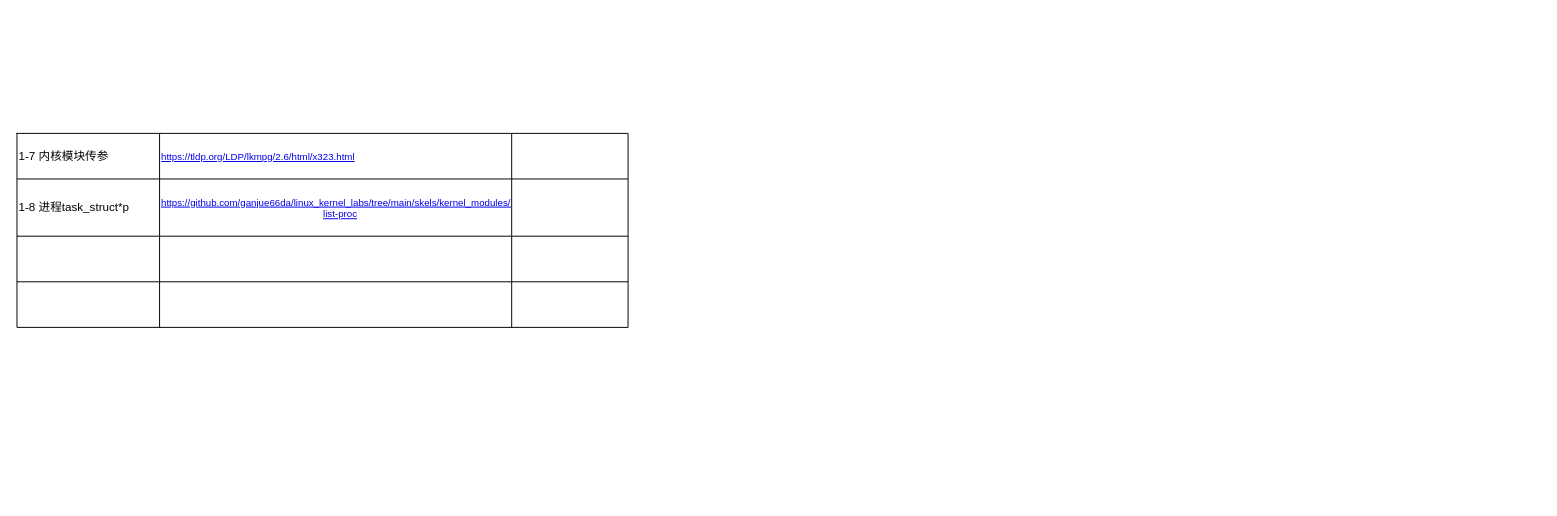
Before: page "achievement" (1 of 2) of Untitled Diagram.drawio in ganjue66da/linux_kernel_labs, a draw.io diagram. Source tidied: cells renumbered, new cells numbered last; positions are measured from the earlier drawing's top-left corner, leaving out a move shared by most shapes. Both pictures are drawn from the tidied source at 97%, with x=0, y=0 at pixel (16, 133).
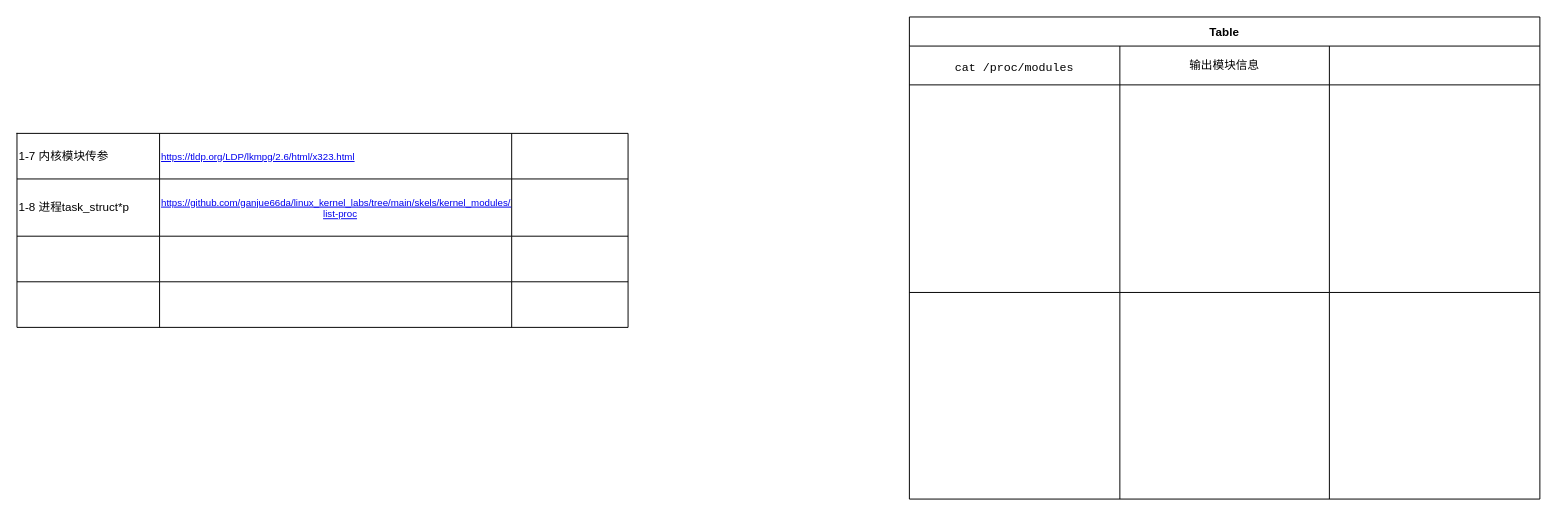
The same page after the edit.

What changed in the source:
```diff
@@
+    <mxCell id="19" value="Table" style="shape=table;startSize=30;childLayout=tableLayout;fontStyle=1;align=center;" parent="1" vertex="1">
+      <mxGeometry x="920" y="-120" width="650" height="497" as="geometry" />
+    </mxCell>
+    <mxCell id="20" style="shape=partialRectangle;html=1;whiteSpace=wrap;fillColor=none;top=0;left=0;bottom=0;right=0;" parent="19" vertex="1">
+      <mxGeometry y="30" width="650" height="40" as="geometry" />
+    </mxCell>
+    <mxCell id="21" value="&lt;pre style=&quot;box-sizing: border-box ; font-family: , &amp;#34;menlo&amp;#34; , &amp;#34;monaco&amp;#34; , &amp;#34;consolas&amp;#34; , &amp;#34;liberation mono&amp;#34; , &amp;#34;courier new&amp;#34; , &amp;#34;courier&amp;#34; , monospace ; line-height: 1.4 ; max-height: none ; overflow: auto ; margin-top: 0px ; margin-bottom: 0px ; padding: 12px&quot;&gt;cat /proc/modules&lt;/pre&gt;" style="shape=partialRectangle;html=1;whiteSpace=wrap;fillColor=none;top=0;left=0;bottom=0;right=0;overflow=hidden;" parent="20" vertex="1">
+      <mxGeometry width="217" height="40" as="geometry" />
+    </mxCell>
+    <mxCell id="22" value="输出模块信息" style="shape=partialRectangle;html=1;whiteSpace=wrap;fillColor=none;top=0;left=0;bottom=0;right=0;overflow=hidden;" parent="20" vertex="1">
+      <mxGeometry x="217" width="216" height="40" as="geometry" />
+    </mxCell>
+    <mxCell id="23" style="shape=partialRectangle;html=1;whiteSpace=wrap;fillColor=none;top=0;left=0;bottom=0;right=0;overflow=hidden;" parent="20" vertex="1">
+      <mxGeometry x="433" width="217" height="40" as="geometry" />
+    </mxCell>
+    <mxCell id="24" style="shape=partialRectangle;html=1;whiteSpace=wrap;fillColor=none;top=0;left=0;bottom=0;right=0;" parent="19" vertex="1">
+      <mxGeometry y="70" width="650" height="214" as="geometry" />
+    </mxCell>
+    <mxCell id="25" style="shape=partialRectangle;html=1;whiteSpace=wrap;fillColor=none;top=0;left=0;bottom=0;right=0;overflow=hidden;" parent="24" vertex="1">
+      <mxGeometry width="217" height="214" as="geometry" />
+    </mxCell>
+    <mxCell id="26" style="shape=partialRectangle;html=1;whiteSpace=wrap;fillColor=none;top=0;left=0;bottom=0;right=0;overflow=hidden;" parent="24" vertex="1">
+      <mxGeometry x="217" width="216" height="214" as="geometry" />
+    </mxCell>
+    <mxCell id="27" style="shape=partialRectangle;html=1;whiteSpace=wrap;fillColor=none;top=0;left=0;bottom=0;right=0;overflow=hidden;" parent="24" vertex="1">
+      <mxGeometry x="433" width="217" height="214" as="geometry" />
+    </mxCell>
+    <mxCell id="28" style="shape=partialRectangle;html=1;whiteSpace=wrap;fillColor=none;top=0;left=0;bottom=0;right=0;" parent="19" vertex="1">
+      <mxGeometry y="284" width="650" height="213" as="geometry" />
+    </mxCell>
+    <mxCell id="29" style="shape=partialRectangle;html=1;whiteSpace=wrap;fillColor=none;top=0;left=0;bottom=0;right=0;overflow=hidden;" parent="28" vertex="1">
+      <mxGeometry width="217" height="213" as="geometry" />
+    </mxCell>
+    <mxCell id="30" style="shape=partialRectangle;html=1;whiteSpace=wrap;fillColor=none;top=0;left=0;bottom=0;right=0;overflow=hidden;" parent="28" vertex="1">
+      <mxGeometry x="217" width="216" height="213" as="geometry" />
+    </mxCell>
+    <mxCell id="31" style="shape=partialRectangle;html=1;whiteSpace=wrap;fillColor=none;top=0;left=0;bottom=0;right=0;overflow=hidden;" parent="28" vertex="1">
+      <mxGeometry x="433" width="217" height="213" as="geometry" />
+    </mxCell>
```
